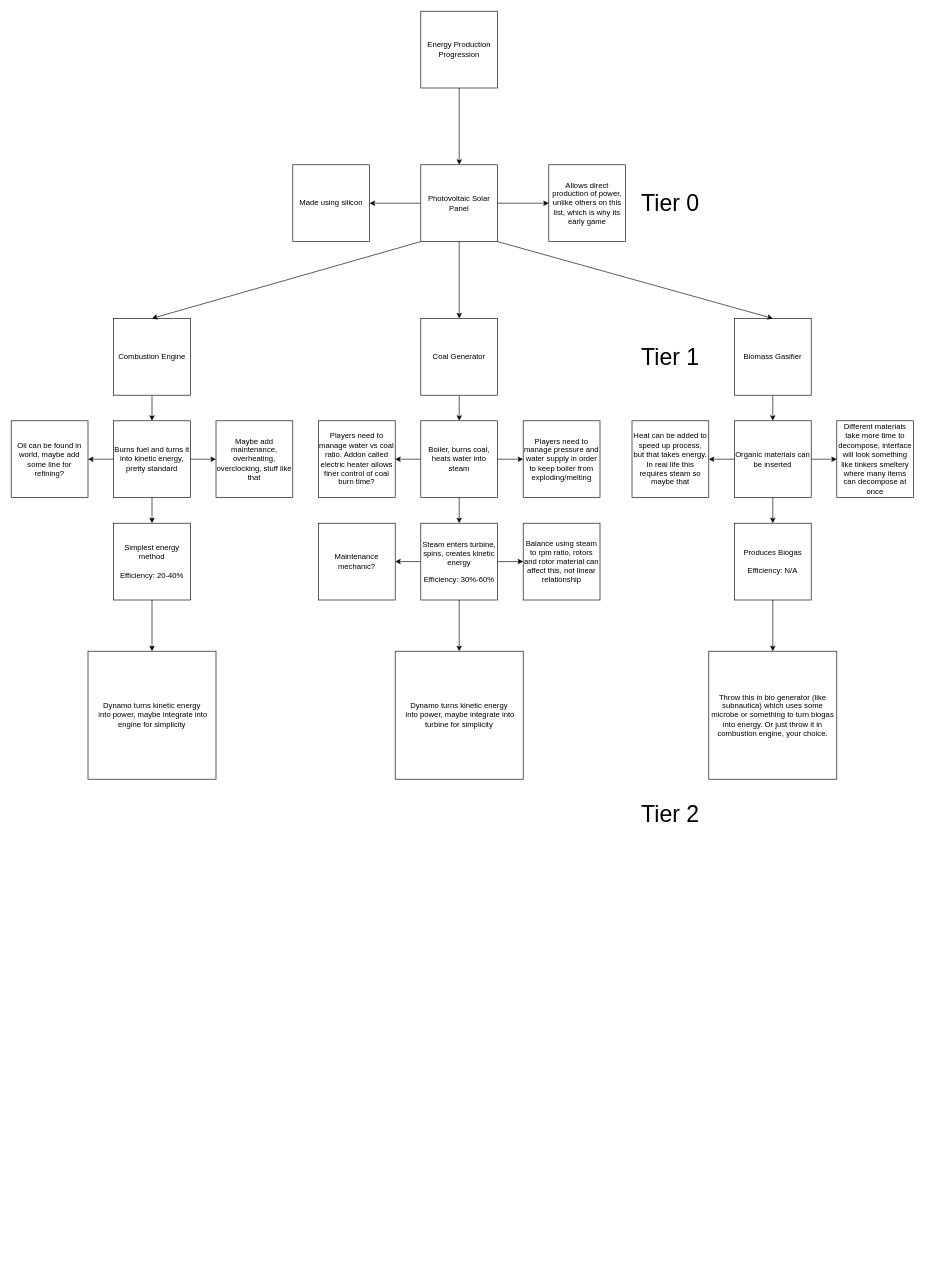
Earlier version of the draw.io diagram page "Energy Production" (5 of 6) of SynchromaProgression.drawio (x3rdev/Synchroma). Source tidied: cells renumbered, new cells numbered last; positions are measured from the earlier drawing's top-left corner, leaving out a move shared by most shapes. Both pictures are drawn from the tidied source at 64%, with x=0, y=0 at pixel (11, 11).
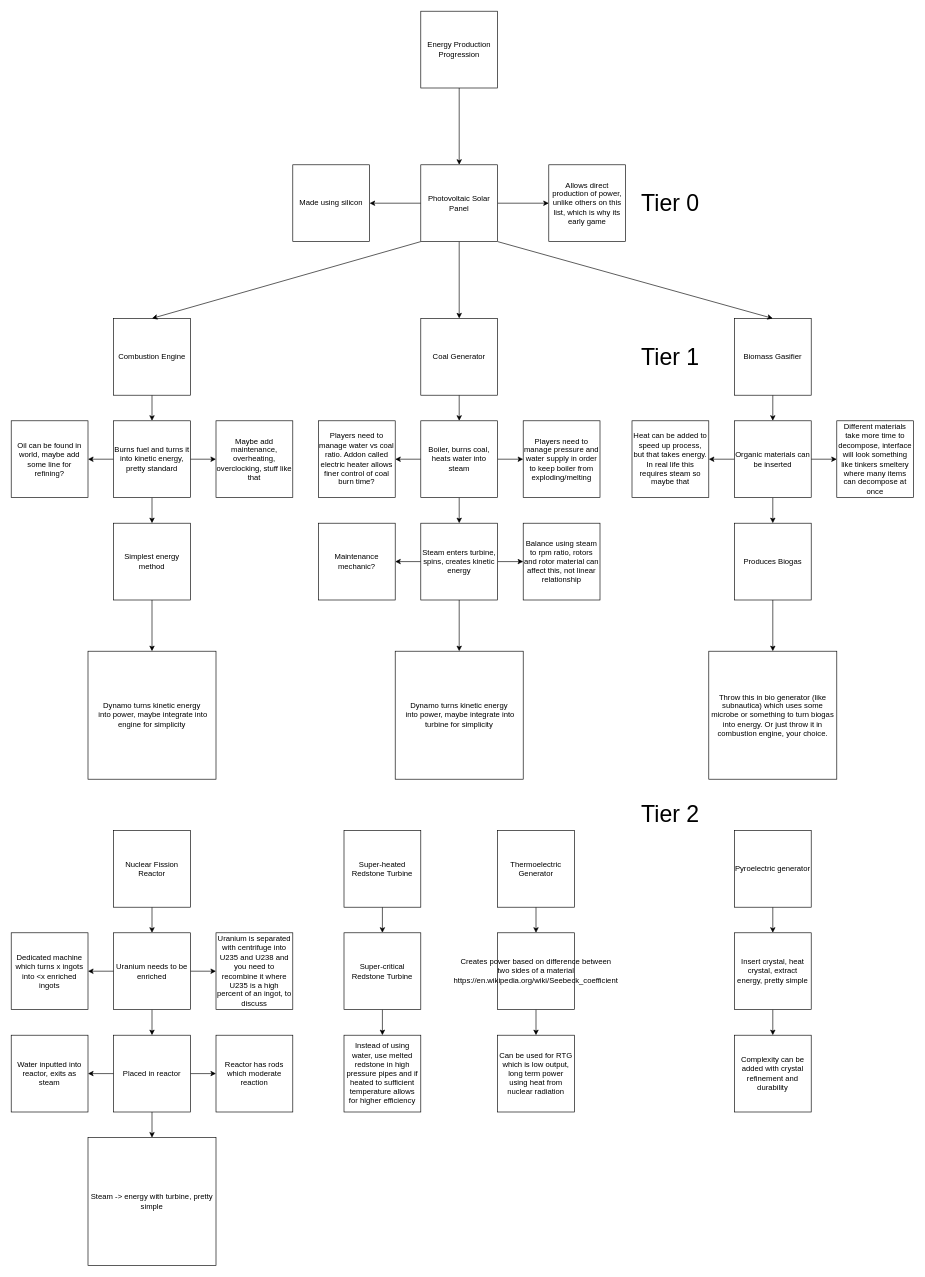
Above is the later version.

Change to the diagram source:
```diff
@@
-    <mxCell id="27" value="&lt;p&gt;Steam enters turbine, spins, creates kinetic energy&lt;/p&gt;&lt;p&gt;Efficiency: 30%-60%&lt;br&gt;&lt;/p&gt;" style="whiteSpace=wrap;html=1;" parent="1" vertex="1">
+    <mxCell id="27" value="&lt;p&gt;Steam enters turbine, spins, creates kinetic energy&lt;/p&gt;" style="whiteSpace=wrap;html=1;" parent="1" vertex="1">
       <mxGeometry x="640" y="800" width="120" height="120" as="geometry" />
     </mxCell>
@@
-    <mxCell id="38" value="&lt;div&gt;Produces Biogas&lt;/div&gt;&lt;div&gt;&lt;br&gt;&lt;/div&gt;&lt;div&gt;Efficiency: N/A&lt;/div&gt;" style="whiteSpace=wrap;html=1;" parent="1" vertex="1">
+    <mxCell id="38" value="&lt;div&gt;Produces Biogas&lt;/div&gt;" style="whiteSpace=wrap;html=1;" parent="1" vertex="1">
       <mxGeometry x="1130" y="800" width="120" height="120" as="geometry" />
     </mxCell>
@@
-    <mxCell id="51" value="&lt;div&gt;Simplest energy method&lt;/div&gt;&lt;div&gt;&lt;br&gt;&lt;/div&gt;&lt;div&gt;Efficiency: 20-40%&lt;br&gt;&lt;/div&gt;" style="whiteSpace=wrap;html=1;" parent="1" vertex="1">
+    <mxCell id="51" value="&lt;div&gt;Simplest energy method&lt;/div&gt;" style="whiteSpace=wrap;html=1;" parent="1" vertex="1">
       <mxGeometry x="160" y="800" width="120" height="120" as="geometry" />
     </mxCell>
+    <mxCell id="52" style="edgeStyle=orthogonalEdgeStyle;rounded=0;jettySize=auto;html=1;" parent="1" edge="1" source="53" target="57">
+      <mxGeometry relative="1" as="geometry" />
+    </mxCell>
+    <mxCell id="53" value="Nuclear Fission Reactor" style="whiteSpace=wrap;html=1;" parent="1" vertex="1">
+      <mxGeometry x="160" y="1280" width="120" height="120" as="geometry" />
+    </mxCell>
+    <mxCell id="54" style="edgeStyle=orthogonalEdgeStyle;rounded=0;jettySize=auto;html=1;" parent="1" edge="1" source="57" target="58">
+      <mxGeometry relative="1" as="geometry" />
+    </mxCell>
+    <mxCell id="55" style="edgeStyle=orthogonalEdgeStyle;rounded=0;jettySize=auto;html=1;" parent="1" edge="1" source="57" target="59">
+      <mxGeometry relative="1" as="geometry" />
+    </mxCell>
+    <mxCell id="56" style="edgeStyle=orthogonalEdgeStyle;rounded=0;jettySize=auto;html=1;" parent="1" edge="1" source="57" target="63">
+      <mxGeometry relative="1" as="geometry" />
+    </mxCell>
+    <mxCell id="57" value="Uranium needs to be enriched " style="whiteSpace=wrap;html=1;" parent="1" vertex="1">
+      <mxGeometry x="160" y="1440" width="120" height="120" as="geometry" />
+    </mxCell>
+    <mxCell id="58" value="Dedicated machine which turns x ingots into &amp;lt;x enriched ingots" style="whiteSpace=wrap;html=1;" parent="1" vertex="1">
+      <mxGeometry y="1440" width="120" height="120" as="geometry" />
+    </mxCell>
+    <mxCell id="59" value="Uranium is separated with centrifuge into U235 and U238 and you need to recombine it where U235 is a high percent of an ingot, to discuss" style="whiteSpace=wrap;html=1;" parent="1" vertex="1">
+      <mxGeometry x="320" y="1440" width="120" height="120" as="geometry" />
+    </mxCell>
+    <mxCell id="60" style="edgeStyle=orthogonalEdgeStyle;rounded=0;jettySize=auto;html=1;" parent="1" edge="1" source="63" target="64">
+      <mxGeometry relative="1" as="geometry" />
+    </mxCell>
+    <mxCell id="61" style="edgeStyle=orthogonalEdgeStyle;rounded=0;jettySize=auto;html=1;" parent="1" edge="1" source="63" target="65">
+      <mxGeometry relative="1" as="geometry" />
+    </mxCell>
+    <mxCell id="62" style="edgeStyle=orthogonalEdgeStyle;rounded=0;jettySize=auto;html=1;" parent="1" edge="1" source="63" target="66">
+      <mxGeometry relative="1" as="geometry" />
+    </mxCell>
+    <mxCell id="63" value="Placed in reactor" style="whiteSpace=wrap;html=1;" parent="1" vertex="1">
+      <mxGeometry x="160" y="1600" width="120" height="120" as="geometry" />
+    </mxCell>
+    <mxCell id="64" value="Reactor has rods which moderate reaction" style="whiteSpace=wrap;html=1;" parent="1" vertex="1">
+      <mxGeometry x="320" y="1600" width="120" height="120" as="geometry" />
+    </mxCell>
+    <mxCell id="65" value="Water inputted into reactor, exits as steam" style="whiteSpace=wrap;html=1;" parent="1" vertex="1">
+      <mxGeometry y="1600" width="120" height="120" as="geometry" />
+    </mxCell>
+    <mxCell id="66" value="Steam -&amp;gt; energy with turbine, pretty simple" style="whiteSpace=wrap;html=1;" parent="1" vertex="1">
+      <mxGeometry x="120" y="1760" width="200" height="200" as="geometry" />
+    </mxCell>
+    <mxCell id="67" style="edgeStyle=orthogonalEdgeStyle;rounded=0;jettySize=auto;html=1;" parent="1" edge="1" source="68" target="70">
+      <mxGeometry relative="1" as="geometry" />
+    </mxCell>
+    <mxCell id="68" value="&lt;div&gt;Super-heated Redstone Turbine&lt;/div&gt;" style="whiteSpace=wrap;html=1;" parent="1" vertex="1">
+      <mxGeometry x="520" y="1280" width="120" height="120" as="geometry" />
+    </mxCell>
+    <mxCell id="69" style="edgeStyle=orthogonalEdgeStyle;rounded=0;jettySize=auto;html=1;" parent="1" edge="1" source="70" target="71">
+      <mxGeometry relative="1" as="geometry" />
+    </mxCell>
+    <mxCell id="70" value="&lt;div&gt;Super-critical Redstone Turbine&lt;/div&gt;" style="whiteSpace=wrap;html=1;" parent="1" vertex="1">
+      <mxGeometry x="520" y="1440" width="120" height="120" as="geometry" />
+    </mxCell>
+    <mxCell id="71" value="Instead of using water, use melted redstone in high pressure pipes and if heated to sufficient temperature allows for higher efficiency" style="whiteSpace=wrap;html=1;" parent="1" vertex="1">
+      <mxGeometry x="520" y="1600" width="120" height="120" as="geometry" />
+    </mxCell>
+    <mxCell id="72" style="edgeStyle=orthogonalEdgeStyle;rounded=0;jettySize=auto;html=1;" parent="1" edge="1" source="73" target="75">
+      <mxGeometry relative="1" as="geometry" />
+    </mxCell>
+    <mxCell id="73" value="Thermoelectric Generator" style="whiteSpace=wrap;html=1;" parent="1" vertex="1">
+      <mxGeometry x="760" y="1280" width="120" height="120" as="geometry" />
+    </mxCell>
+    <mxCell id="74" style="edgeStyle=orthogonalEdgeStyle;rounded=0;jettySize=auto;html=1;" parent="1" edge="1" source="75" target="76">
+      <mxGeometry relative="1" as="geometry" />
+    </mxCell>
+    <mxCell id="75" value="&lt;div&gt;Creates power based on difference between two sides of a material&lt;/div&gt;&lt;div&gt;https://en.wikipedia.org/wiki/Seebeck_coefficient&lt;br&gt; &lt;/div&gt;" style="whiteSpace=wrap;html=1;" parent="1" vertex="1">
+      <mxGeometry x="760" y="1440" width="120" height="120" as="geometry" />
+    </mxCell>
+    <mxCell id="76" value="Can be used for RTG which is low output, long term power using heat from nuclear radiation" style="whiteSpace=wrap;html=1;" parent="1" vertex="1">
+      <mxGeometry x="760" y="1600" width="120" height="120" as="geometry" />
+    </mxCell>
+    <mxCell id="77" style="edgeStyle=orthogonalEdgeStyle;rounded=0;jettySize=auto;html=1;" parent="1" edge="1" source="78" target="80">
+      <mxGeometry relative="1" as="geometry" />
+    </mxCell>
+    <mxCell id="78" value="Pyroelectric generator" style="whiteSpace=wrap;html=1;" parent="1" vertex="1">
+      <mxGeometry x="1130" y="1280" width="120" height="120" as="geometry" />
+    </mxCell>
+    <mxCell id="79" style="edgeStyle=orthogonalEdgeStyle;rounded=0;jettySize=auto;html=1;" parent="1" edge="1" source="80" target="81">
+      <mxGeometry relative="1" as="geometry" />
+    </mxCell>
+    <mxCell id="80" value="Insert crystal, heat crystal, extract energy, pretty simple" style="whiteSpace=wrap;html=1;" parent="1" vertex="1">
+      <mxGeometry x="1130" y="1440" width="120" height="120" as="geometry" />
+    </mxCell>
+    <mxCell id="81" value="Complexity can be added with crystal refinement and durability" style="whiteSpace=wrap;html=1;" parent="1" vertex="1">
+      <mxGeometry x="1130" y="1600" width="120" height="120" as="geometry" />
+    </mxCell>
```
